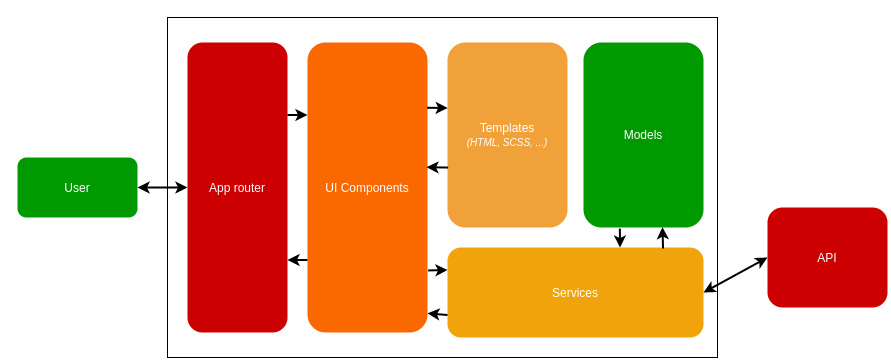
Above: docs/assets/images/ui_architecture.png in RomainCtl/RecoFinement (draw.io), before the change. Source tidied: cells renumbered, new cells last; positions are measured from the earlier drawing's top-left corner, leaving out a move shared by most shapes.
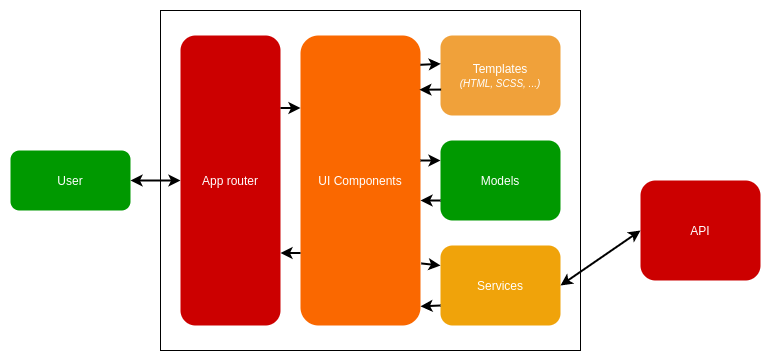
After the commit.

Commit message:
correct ui architecture schema

Diff of the diagram source:
```diff
@@ -3,13 +3,13 @@
     <mxCell id="0" />
     <mxCell id="1" parent="0" />
     <mxCell id="2" style="rounded=0;whiteSpace=wrap;html=1;strokeColor=#000000;fillColor=#ffffff;glass=0;" parent="1" vertex="1">
-      <mxGeometry x="150" width="550" height="340" as="geometry" />
+      <mxGeometry x="150" width="420" height="340" as="geometry" />
     </mxCell>
     <mxCell id="3" value="UI Components" style="rounded=1;whiteSpace=wrap;html=1;strokeColor=none;fontColor=#ffffff;fillColor=#FA6800;" parent="1" vertex="1">
       <mxGeometry x="290" y="25" width="120" height="290" as="geometry" />
     </mxCell>
     <mxCell id="4" value="Services" style="rounded=1;whiteSpace=wrap;html=1;strokeColor=none;fillColor=#f0a30a;fontColor=#ffffff;" parent="1" vertex="1">
-      <mxGeometry x="430" y="230" width="256" height="90" as="geometry" />
+      <mxGeometry x="430" y="235" width="120" height="80" as="geometry" />
     </mxCell>
     <mxCell id="5" style="endArrow=classic;html=1;strokeWidth=2;strokeColor=#000000;exitX=1.006;exitY=0.786;exitDx=0;exitDy=0;exitPerimeter=0;entryX=0;entryY=0.25;entryDx=0;entryDy=0;" parent="1" edge="1" source="3" target="4">
       <mxGeometry relative="1" as="geometry" />
@@ -18,10 +18,10 @@
       <mxGeometry relative="1" as="geometry" />
     </mxCell>
     <mxCell id="7" value="&lt;font color=&quot;#ffffff&quot;&gt;API&lt;/font&gt;" style="rounded=1;whiteSpace=wrap;html=1;strokeColor=none;fillColor=#CC0000;" parent="1" vertex="1">
-      <mxGeometry x="750" y="190" width="120" height="100" as="geometry" />
+      <mxGeometry x="630" y="170" width="120" height="100" as="geometry" />
     </mxCell>
     <mxCell id="8" value="&lt;font color=&quot;#ffffff&quot;&gt;Models&lt;/font&gt;" style="rounded=1;whiteSpace=wrap;html=1;strokeColor=none;fillColor=#009900;" parent="1" vertex="1">
-      <mxGeometry x="566" y="25" width="120" height="185" as="geometry" />
+      <mxGeometry x="430" y="130" width="120" height="80" as="geometry" />
     </mxCell>
     <mxCell id="9" style="endArrow=classic;html=1;exitX=1;exitY=0.5;exitDx=0;exitDy=0;strokeWidth=2;strokeColor=#000000;entryX=0;entryY=0.5;entryDx=0;entryDy=0;startArrow=classic;startFill=1;" parent="1" edge="1" source="4" target="7">
       <mxGeometry relative="1" as="geometry" />
@@ -29,22 +29,16 @@
     <mxCell id="10" value="&lt;font color=&quot;#ffffff&quot;&gt;User&lt;/font&gt;" style="rounded=1;whiteSpace=wrap;html=1;fillColor=#009900;strokeColor=none;" parent="1" vertex="1">
       <mxGeometry y="140" width="120" height="60" as="geometry" />
     </mxCell>
-    <mxCell id="11" style="endArrow=classic;html=1;strokeWidth=2;strokeColor=#000000;exitX=0.842;exitY=0.011;exitDx=0;exitDy=0;exitPerimeter=0;entryX=0.658;entryY=0.998;entryDx=0;entryDy=0;entryPerimeter=0;" parent="1" edge="1" source="4" target="8">
-      <mxGeometry relative="1" as="geometry" />
-    </mxCell>
-    <mxCell id="12" style="endArrow=classic;html=1;strokeWidth=2;strokeColor=#000000;exitX=0.303;exitY=1.006;exitDx=0;exitDy=0;exitPerimeter=0;entryX=0.674;entryY=0;entryDx=0;entryDy=0;entryPerimeter=0;" parent="1" edge="1" source="8" target="4">
-      <mxGeometry relative="1" as="geometry" />
-    </mxCell>
     <mxCell id="13" value="&lt;font color=&quot;#ffffff&quot;&gt;Templates&lt;br&gt;&lt;i&gt;&lt;font style=&quot;font-size: 10px&quot;&gt;(HTML, SCSS, ...)&lt;/font&gt;&lt;/i&gt;&lt;br&gt;&lt;/font&gt;" style="rounded=1;whiteSpace=wrap;html=1;strokeColor=none;fillColor=#F0A13A;" parent="1" vertex="1">
-      <mxGeometry x="430" y="25" width="120" height="185" as="geometry" />
+      <mxGeometry x="430" y="25" width="120" height="80" as="geometry" />
     </mxCell>
     <mxCell id="14" style="endArrow=classic;startArrow=classic;html=1;strokeWidth=2;exitX=1;exitY=0.5;exitDx=0;exitDy=0;entryX=0;entryY=0.5;entryDx=0;entryDy=0;" parent="1" edge="1" source="10" target="17">
       <mxGeometry relative="1" as="geometry" />
     </mxCell>
-    <mxCell id="15" style="endArrow=classic;html=1;strokeWidth=2;entryX=0.002;entryY=0.354;entryDx=0;entryDy=0;entryPerimeter=0;exitX=0.997;exitY=0.225;exitDx=0;exitDy=0;exitPerimeter=0;" parent="1" edge="1" source="3" target="13">
+    <mxCell id="15" style="endArrow=classic;html=1;strokeWidth=2;entryX=0.002;entryY=0.354;entryDx=0;entryDy=0;entryPerimeter=0;exitX=0.999;exitY=0.101;exitDx=0;exitDy=0;exitPerimeter=0;" parent="1" edge="1" source="3" target="13">
       <mxGeometry relative="1" as="geometry" />
     </mxCell>
-    <mxCell id="16" style="endArrow=classic;html=1;strokeWidth=2;entryX=0.992;entryY=0.43;entryDx=0;entryDy=0;entryPerimeter=0;exitX=0.005;exitY=0.676;exitDx=0;exitDy=0;exitPerimeter=0;" parent="1" edge="1" source="13" target="3">
+    <mxCell id="16" style="endArrow=classic;html=1;strokeWidth=2;entryX=0.991;entryY=0.187;entryDx=0;entryDy=0;entryPerimeter=0;exitX=0.005;exitY=0.676;exitDx=0;exitDy=0;exitPerimeter=0;" parent="1" edge="1" source="13" target="3">
       <mxGeometry relative="1" as="geometry" />
     </mxCell>
     <mxCell id="17" value="&lt;font color=&quot;#ffffff&quot;&gt;App router&lt;/font&gt;" style="rounded=1;whiteSpace=wrap;html=1;strokeColor=none;fillColor=#CC0000;" parent="1" vertex="1">
@@ -56,5 +50,11 @@
     <mxCell id="19" style="endArrow=classic;html=1;strokeWidth=2;entryX=1;entryY=0.75;entryDx=0;entryDy=0;exitX=0;exitY=0.75;exitDx=0;exitDy=0;" parent="1" edge="1" source="3" target="17">
       <mxGeometry relative="1" as="geometry" />
     </mxCell>
+    <mxCell id="20" style="endArrow=classic;html=1;entryX=0;entryY=0.25;entryDx=0;entryDy=0;exitX=1;exitY=0.431;exitDx=0;exitDy=0;exitPerimeter=0;strokeWidth=2;" parent="1" edge="1" source="3" target="8">
+      <mxGeometry relative="1" as="geometry" />
+    </mxCell>
+    <mxCell id="21" style="endArrow=classic;html=1;strokeWidth=2;exitX=0;exitY=0.75;exitDx=0;exitDy=0;entryX=1;entryY=0.569;entryDx=0;entryDy=0;entryPerimeter=0;" parent="1" edge="1" source="8" target="3">
+      <mxGeometry relative="1" as="geometry" />
+    </mxCell>
   </root>
 </mxGraphModel>
```
